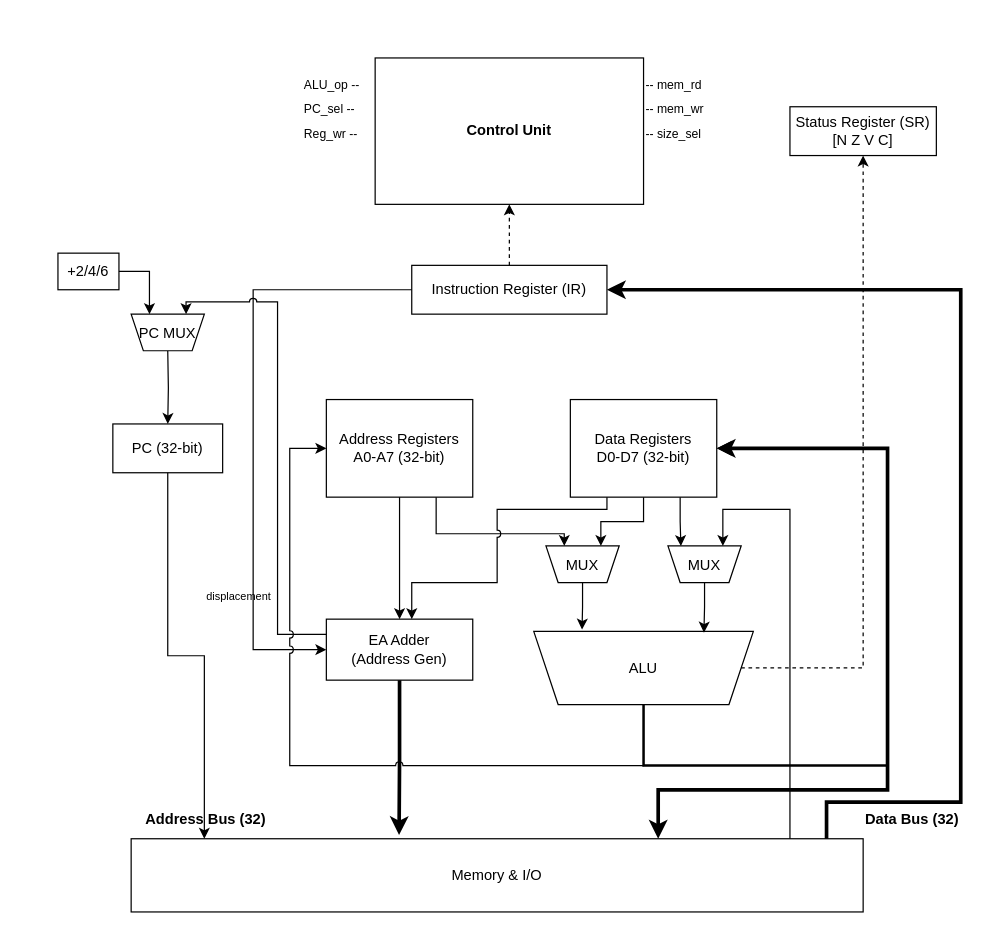
Above: ak_lab_3_5_new_2.drawio in Dmitry-Kuzmin456/ak_lab3_scheme (draw.io), before the change. Source tidied: cells renumbered, new cells numbered last; positions are measured from the earlier drawing's top-left corner, leaving out a move shared by most shapes. Both pictures are drawn from the tidied source at 122%, with x=0, y=0 at pixel (57, 57).
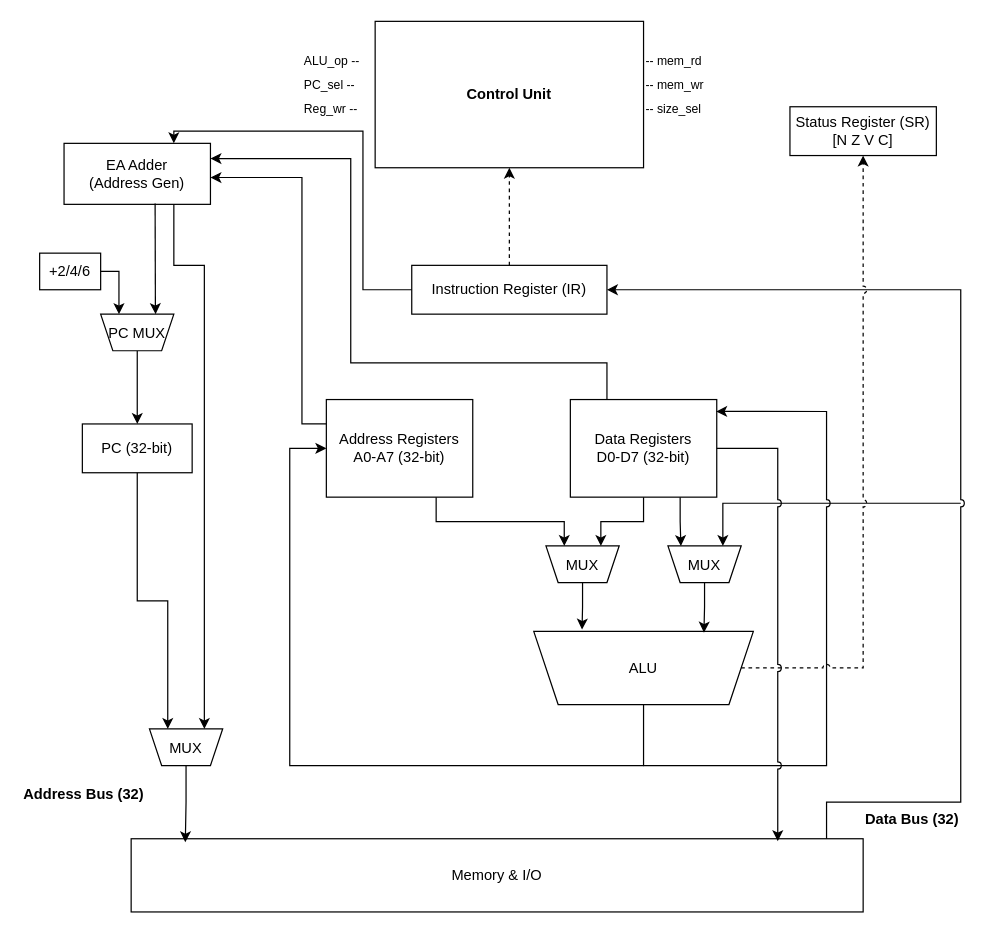
Above is the later version.

The change refers to these unchanged cells:
```xml
<mxCell id="8" value="Instruction Register (IR)" style="rounded=0;whiteSpace=wrap;html=1;" parent="1" vertex="1">
  <mxGeometry x="290" y="170" width="160" height="40" as="geometry" />
</mxCell>
<mxCell id="10" value="Status Register (SR)&lt;br&gt;[N Z V C]" style="rounded=0;whiteSpace=wrap;html=1;" parent="1" vertex="1">
  <mxGeometry x="600" y="40" width="120" height="40" as="geometry" />
</mxCell>
<mxCell id="13" value="Address Registers&lt;br&gt;A0-A7 (32-bit)" style="rounded=0;whiteSpace=wrap;html=1;" parent="1" vertex="1">
  <mxGeometry x="220" y="280" width="120" height="80" as="geometry" />
</mxCell>
<mxCell id="14" value="Data Registers&lt;br&gt;D0-D7 (32-bit)" style="rounded=0;whiteSpace=wrap;html=1;" parent="1" vertex="1">
  <mxGeometry x="420" y="280" width="120" height="80" as="geometry" />
</mxCell>
<mxCell id="16" value="MUX" style="shape=trapezoid;perimeter=trapezoidPerimeter;fixedSize=1;size=10;direction=west;" parent="1" vertex="1">
  <mxGeometry x="400" y="400" width="60" height="30" as="geometry" />
</mxCell>
<mxCell id="17" value="MUX" style="shape=trapezoid;perimeter=trapezoidPerimeter;fixedSize=1;size=10;direction=west;" parent="1" vertex="1">
  <mxGeometry x="500" y="400" width="60" height="30" as="geometry" />
</mxCell>
<mxCell id="18" value="ALU" style="shape=trapezoid;perimeter=trapezoidPerimeter;fixedSize=1;flipV=1;" parent="1" vertex="1">
  <mxGeometry x="390" y="470" width="180" height="60" as="geometry" />
</mxCell>
<mxCell id="19" value="Memory &amp; I/O" style="rounded=0;whiteSpace=wrap;html=1;" parent="1" vertex="1">
  <mxGeometry x="60" y="640" width="600" height="60" as="geometry" />
</mxCell>
```

What changed in the source:
```diff
@@
     <mxCell id="2" value="Control Unit" style="rounded=0;whiteSpace=wrap;html=1;fontStyle=1;strokeColor=#000000;fillColor=none;" parent="1" vertex="1">
-      <mxGeometry x="260" width="220" height="120" as="geometry" />
+      <mxGeometry x="260" y="-30" width="220" height="120" as="geometry" />
     </mxCell>
     <mxCell id="3" value="ALU_op --" style="text;fontSize=10;" parent="1" vertex="1">
-      <mxGeometry x="200" y="10" width="60" height="20" as="geometry" />
+      <mxGeometry x="200" y="-10" width="60" height="20" as="geometry" />
     </mxCell>
     <mxCell id="4" value="PC_sel --" style="text;fontSize=10;" parent="1" vertex="1">
-      <mxGeometry x="200" y="30" width="60" height="20" as="geometry" />
+      <mxGeometry x="200" y="10" width="60" height="20" as="geometry" />
     </mxCell>
     <mxCell id="5" value="Reg_wr --" style="text;fontSize=10;" parent="1" vertex="1">
-      <mxGeometry x="200" y="50" width="60" height="20" as="geometry" />
+      <mxGeometry x="200" y="30" width="60" height="20" as="geometry" />
     </mxCell>
     <mxCell id="6" value="-- mem_rd" style="text;fontSize=10;" parent="1" vertex="1">
-      <mxGeometry x="480" y="10" width="60" height="20" as="geometry" />
+      <mxGeometry x="480" y="-10" width="60" height="20" as="geometry" />
     </mxCell>
     <mxCell id="7" value="-- mem_wr" style="text;fontSize=10;" parent="1" vertex="1">
-      <mxGeometry x="480" y="30" width="60" height="20" as="geometry" />
+      <mxGeometry x="480" y="10" width="60" height="20" as="geometry" />
     </mxCell>
@@
     <mxCell id="11" value="+2/4/6" style="rounded=0;whiteSpace=wrap;html=1;" parent="1" vertex="1">
-      <mxGeometry y="160" width="50" height="30" as="geometry" />
+      <mxGeometry x="-15" y="160" width="50" height="30" as="geometry" />
     </mxCell>
     <mxCell id="12" value="PC (32-bit)" style="rounded=0;whiteSpace=wrap;html=1;" parent="1" vertex="1">
-      <mxGeometry x="45" y="300" width="90" height="40" as="geometry" />
+      <mxGeometry x="20" y="300" width="90" height="40" as="geometry" />
     </mxCell>
@@
     <mxCell id="15" value="EA Adder&lt;br&gt;(Address Gen)" style="rounded=0;whiteSpace=wrap;html=1;" parent="1" vertex="1">
-      <mxGeometry x="220" y="460" width="120" height="50" as="geometry" />
+      <mxGeometry x="5" y="70" width="120" height="50" as="geometry" />
     </mxCell>
@@
-    <mxCell id="21" style="edgeStyle=orthogonalEdgeStyle;rounded=0;html=1;exitX=0.5;exitY=1;entryX=0.5;entryY=0;" parent="1" edge="1" target="12">
-      <mxGeometry relative="1" as="geometry">
-        <mxPoint x="90" y="240" as="sourcePoint" />
-      </mxGeometry>
+    <mxCell id="21" style="edgeStyle=orthogonalEdgeStyle;rounded=0;html=1;exitX=0.5;exitY=0;entryX=0.5;entryY=0;exitDx=0;exitDy=0;" parent="1" edge="1" source="43" target="12">
+      <mxGeometry relative="1" as="geometry" />
     </mxCell>
-    <mxCell id="22" style="edgeStyle=orthogonalEdgeStyle;rounded=0;html=1;exitX=0.5;exitY=1;entryX=0.1;entryY=0;strokeWidth=1;" parent="1" edge="1" source="12" target="19">
+    <mxCell id="22" style="edgeStyle=orthogonalEdgeStyle;rounded=0;html=1;exitX=0.5;exitY=1;entryX=0.75;entryY=1;strokeWidth=1;entryDx=0;entryDy=0;" parent="1" edge="1" source="12" target="44">
       <mxGeometry relative="1" as="geometry" />
     </mxCell>
-    <mxCell id="23" style="edgeStyle=orthogonalEdgeStyle;rounded=0;html=1;exitX=0.5;exitY=1;entryX=0.5;entryY=0;" parent="1" edge="1" source="13" target="15">
-      <mxGeometry relative="1" as="geometry" />
+    <mxCell id="23" style="edgeStyle=orthogonalEdgeStyle;rounded=0;html=1;exitX=0;exitY=0.25;exitDx=0;exitDy=0;jumpStyle=arc;" parent="1" edge="1" source="13">
+      <mxGeometry relative="1" as="geometry">
+        <mxPoint x="125" y="98" as="targetPoint" />
+        <Array as="points">
+          <mxPoint x="200" y="300" />
+          <mxPoint x="200" y="98" />
+        </Array>
+      </mxGeometry>
     </mxCell>
-    <mxCell id="24" style="edgeStyle=orthogonalEdgeStyle;rounded=0;html=1;exitX=0;exitY=0.5;entryX=0;entryY=0.5;" parent="1" edge="1" source="8" target="15">
+    <mxCell id="24" style="edgeStyle=orthogonalEdgeStyle;rounded=0;html=1;exitX=0;exitY=0.5;entryX=0.75;entryY=0;jumpStyle=arc;entryDx=0;entryDy=0;" parent="1" edge="1" source="8" target="15">
       <mxGeometry relative="1" as="geometry">
         <Array as="points">
-          <mxPoint x="160" y="190" />
-          <mxPoint x="160" y="485" />
+          <mxPoint x="250" y="190" />
+          <mxPoint x="250" y="60" />
+          <mxPoint x="95" y="60" />
         </Array>
       </mxGeometry>
     </mxCell>
-    <mxCell id="25" style="edgeStyle=orthogonalEdgeStyle;rounded=0;html=1;exitX=0.5;exitY=1;entryX=0.366;entryY=-0.05;strokeWidth=3;entryDx=0;entryDy=0;entryPerimeter=0;" parent="1" edge="1" source="15" target="19">
-      <mxGeometry relative="1" as="geometry" />
+    <mxCell id="25" style="edgeStyle=orthogonalEdgeStyle;rounded=0;html=1;entryX=0.25;entryY=1;strokeWidth=1;entryDx=0;entryDy=0;jumpStyle=arc;exitX=0.75;exitY=1;exitDx=0;exitDy=0;" parent="1" edge="1" source="15" target="44">
+      <mxGeometry relative="1" as="geometry">
+        <Array as="points">
+          <mxPoint x="95" y="170" />
+          <mxPoint x="120" y="170" />
+        </Array>
+      </mxGeometry>
     </mxCell>
-    <mxCell id="26" style="edgeStyle=orthogonalEdgeStyle;rounded=0;html=1;exitX=0;exitY=0.25;entryX=0.25;entryY=1;exitDx=0;exitDy=0;entryDx=0;entryDy=0;jumpStyle=arc;" parent="1" edge="1" source="15" target="43">
+    <mxCell id="26" style="edgeStyle=orthogonalEdgeStyle;rounded=0;html=1;exitX=0.622;exitY=0.988;entryX=0.25;entryY=1;exitDx=0;exitDy=0;entryDx=0;entryDy=0;jumpStyle=arc;exitPerimeter=0;" parent="1" edge="1" source="15" target="43">
       <mxGeometry relative="1" as="geometry">
         <Array as="points">
-          <mxPoint x="180" y="473" />
-          <mxPoint x="180" y="200" />
-          <mxPoint x="105" y="200" />
+          <mxPoint x="80" y="190" />
+          <mxPoint x="80" y="190" />
         </Array>
       </mxGeometry>
     </mxCell>
@@
     <mxCell id="28" style="edgeStyle=orthogonalEdgeStyle;rounded=0;html=1;exitX=0.75;exitY=1;entryX=0.75;entryY=1;entryDx=0;entryDy=0;" parent="1" edge="1" source="13" target="16">
       <mxGeometry relative="1" as="geometry">
         <Array as="points">
-          <mxPoint x="310" y="390" />
-          <mxPoint x="415" y="390" />
+          <mxPoint x="310" y="380" />
+          <mxPoint x="415" y="380" />
         </Array>
       </mxGeometry>
     </mxCell>
@@
-    <mxCell id="30" style="edgeStyle=orthogonalEdgeStyle;rounded=0;html=1;exitX=0.9;exitY=0;entryX=0.25;entryY=1;strokeWidth=1;entryDx=0;entryDy=0;" parent="1" edge="1" source="19" target="17">
+    <mxCell id="30" style="edgeStyle=orthogonalEdgeStyle;rounded=0;html=1;entryX=0.25;entryY=1;strokeWidth=1;entryDx=0;entryDy=0;" parent="1" edge="1" target="17">
       <mxGeometry relative="1" as="geometry">
+        <mxPoint x="740" y="365" as="sourcePoint" />
         <Array as="points">
-          <mxPoint x="600" y="370" />
-          <mxPoint x="545" y="370" />
+          <mxPoint x="545" y="365" />
         </Array>
       </mxGeometry>
     </mxCell>
@@
-    <mxCell id="33" style="edgeStyle=orthogonalEdgeStyle;rounded=0;html=1;exitX=0.95;exitY=0;entryX=1;entryY=0.5;strokeWidth=3;" parent="1" edge="1" source="19" target="8">
+    <mxCell id="33" style="edgeStyle=orthogonalEdgeStyle;rounded=0;html=1;exitX=0.95;exitY=0;entryX=1;entryY=0.5;strokeWidth=1;jumpStyle=arc;" parent="1" edge="1" source="19" target="8">
       <mxGeometry relative="1" as="geometry">
         <Array as="points">
           <mxPoint x="630" y="610" />
           <mxPoint x="740" y="610" />
           <mxPoint x="740" y="190" />
         </Array>
       </mxGeometry>
     </mxCell>
-    <mxCell id="34" style="edgeStyle=orthogonalEdgeStyle;rounded=0;html=1;exitX=0.5;exitY=1;entryX=1;entryY=0.5;strokeWidth=2;" parent="1" edge="1" source="18" target="14">
+    <mxCell id="34" style="edgeStyle=orthogonalEdgeStyle;rounded=0;html=1;exitX=0.5;exitY=1;entryX=0.996;entryY=0.122;strokeWidth=1;jumpStyle=arc;entryDx=0;entryDy=0;entryPerimeter=0;" parent="1" edge="1" source="18" target="14">
       <mxGeometry relative="1" as="geometry">
         <Array as="points">
           <mxPoint x="480" y="580" />
-          <mxPoint x="680" y="580" />
-          <mxPoint x="680" y="320" />
+          <mxPoint x="630" y="580" />
+          <mxPoint x="630" y="290" />
         </Array>
       </mxGeometry>
     </mxCell>
-    <mxCell id="35" style="edgeStyle=orthogonalEdgeStyle;rounded=0;html=1;exitX=0.5;exitY=1;entryX=0;entryY=0.5;strokeWidth=1;jumpStyle=arc;" parent="1" edge="1" source="18" target="13">
+    <mxCell id="35" style="edgeStyle=orthogonalEdgeStyle;rounded=0;html=1;entryX=0;entryY=0.5;strokeWidth=1;jumpStyle=arc;" parent="1" edge="1" target="13">
       <mxGeometry relative="1" as="geometry">
+        <mxPoint x="480" y="580" as="sourcePoint" />
         <Array as="points">
-          <mxPoint x="480" y="580" />
+          <mxPoint x="435" y="580" />
           <mxPoint x="190" y="580" />
           <mxPoint x="190" y="320" />
         </Array>
       </mxGeometry>
     </mxCell>
-    <mxCell id="36" style="edgeStyle=orthogonalEdgeStyle;rounded=0;html=1;exitX=0.25;exitY=1;jumpStyle=arc;" parent="1" edge="1" source="14">
+    <mxCell id="36" style="edgeStyle=orthogonalEdgeStyle;rounded=0;html=1;exitX=0.25;exitY=0;jumpStyle=arc;exitDx=0;exitDy=0;entryX=1;entryY=0.25;entryDx=0;entryDy=0;" parent="1" edge="1" source="14" target="15">
       <mxGeometry relative="1" as="geometry">
-        <mxPoint x="290" y="460" as="targetPoint" />
         <Array as="points">
-          <mxPoint x="450" y="370" />
-          <mxPoint x="360" y="370" />
-          <mxPoint x="360" y="430" />
-          <mxPoint x="290" y="430" />
-          <mxPoint x="290" y="460" />
+          <mxPoint x="450" y="250" />
+          <mxPoint x="240" y="250" />
+          <mxPoint x="240" y="83" />
+          <mxPoint x="125" y="83" />
         </Array>
       </mxGeometry>
     </mxCell>
-    <mxCell id="37" style="edgeStyle=orthogonalEdgeStyle;rounded=0;html=1;exitX=0.72;exitY=0;entryX=1;entryY=0.5;strokeWidth=3;startArrow=classic;startFill=1;" parent="1" edge="1" source="19" target="14">
-      <mxGeometry relative="1" as="geometry">
-        <Array as="points">
-          <mxPoint x="492" y="600" />
-          <mxPoint x="680" y="600" />
-          <mxPoint x="680" y="320" />
-        </Array>
-      </mxGeometry>
-    </mxCell>
-    <mxCell id="38" style="edgeStyle=orthogonalEdgeStyle;rounded=0;html=1;exitX=1;exitY=0.5;entryX=0.5;entryY=1;dashed=1;" parent="1" edge="1" source="18" target="10">
+    <mxCell id="38" style="edgeStyle=orthogonalEdgeStyle;rounded=0;html=1;exitX=1;exitY=0.5;entryX=0.5;entryY=1;dashed=1;jumpStyle=arc;" parent="1" edge="1" source="18" target="10">
       <mxGeometry relative="1" as="geometry">
         <Array as="points">
           <mxPoint x="660" y="500" />
         </Array>
       </mxGeometry>
     </mxCell>
@@
     <mxCell id="40" value="Address Bus (32)" style="text;fontStyle=1;" parent="1" vertex="1">
-      <mxGeometry x="70" y="610" width="100" height="20" as="geometry" />
+      <mxGeometry x="-30" y="590" width="100" height="20" as="geometry" />
     </mxCell>
-    <mxCell id="41" value="displacement" style="text;fontSize=9;" parent="1" vertex="1">
-      <mxGeometry x="120" y="430" width="70" height="20" as="geometry" />
-    </mxCell>
     <mxCell id="42" value="-- size_sel" style="text;fontSize=10;" parent="1" vertex="1">
-      <mxGeometry x="480" y="50" width="60" height="20" as="geometry" />
+      <mxGeometry x="480" y="30" width="60" height="20" as="geometry" />
     </mxCell>
     <mxCell id="43" value="PC MUX" style="shape=trapezoid;perimeter=trapezoidPerimeter;fixedSize=1;size=10;direction=west;" parent="1" vertex="1">
-      <mxGeometry x="60" y="210" width="60" height="30" as="geometry" />
+      <mxGeometry x="35" y="210" width="60" height="30" as="geometry" />
     </mxCell>
+    <mxCell id="44" value="MUX" style="shape=trapezoid;perimeter=trapezoidPerimeter;fixedSize=1;size=10;direction=west;" parent="1" vertex="1">
+      <mxGeometry x="75" y="550" width="60" height="30" as="geometry" />
+    </mxCell>
+    <mxCell id="45" style="edgeStyle=orthogonalEdgeStyle;rounded=0;html=1;exitX=0.5;exitY=0;entryX=0.074;entryY=0.048;strokeWidth=1;entryDx=0;entryDy=0;exitDx=0;exitDy=0;entryPerimeter=0;" parent="1" edge="1" source="44" target="19">
+      <mxGeometry relative="1" as="geometry" />
+    </mxCell>
+    <mxCell id="46" style="edgeStyle=orthogonalEdgeStyle;rounded=0;html=1;exitX=1;exitY=0.5;strokeWidth=1;jumpStyle=arc;exitDx=0;exitDy=0;" parent="1" edge="1" source="14">
+      <mxGeometry relative="1" as="geometry">
+        <mxPoint x="590" y="642" as="targetPoint" />
+        <Array as="points">
+          <mxPoint x="590" y="320" />
+        </Array>
+      </mxGeometry>
+    </mxCell>
```
